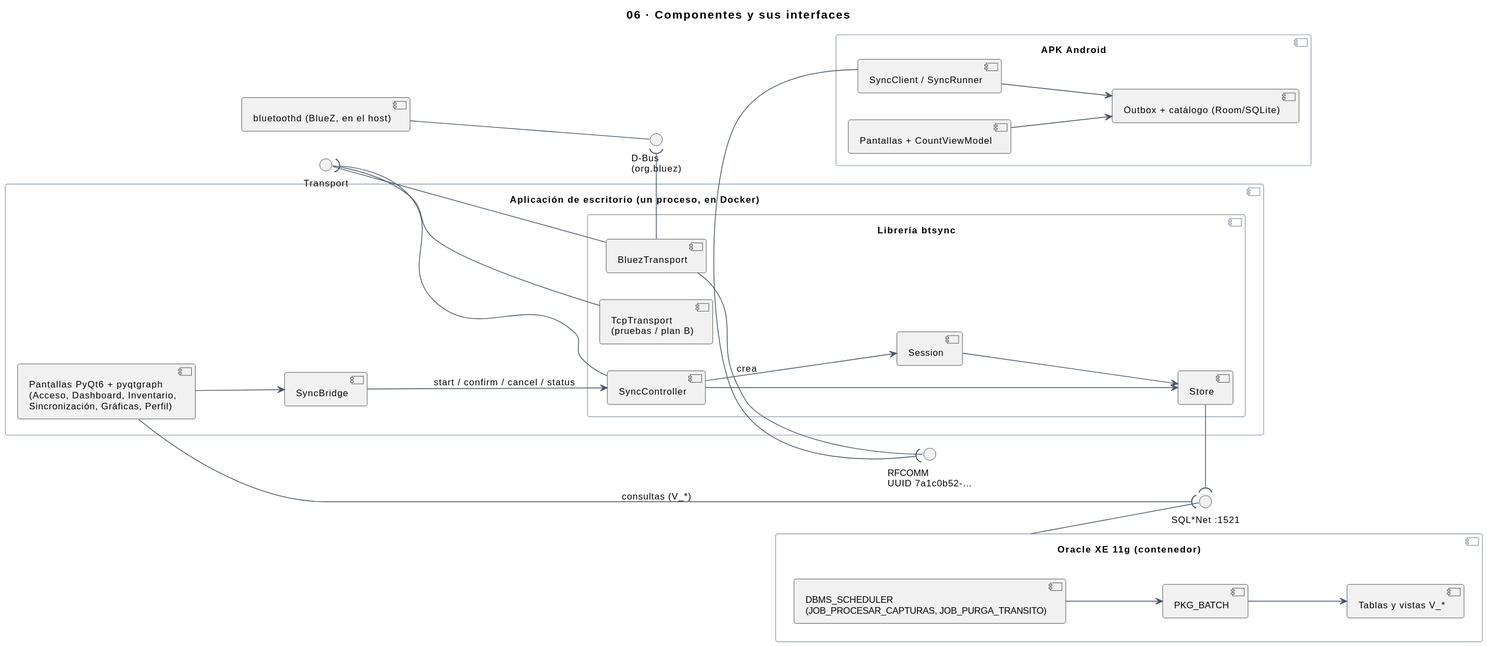
Earlier version of the PlantUML export docs/img/uml/06-componentes.svg (sebas-archive/kardex-bt).
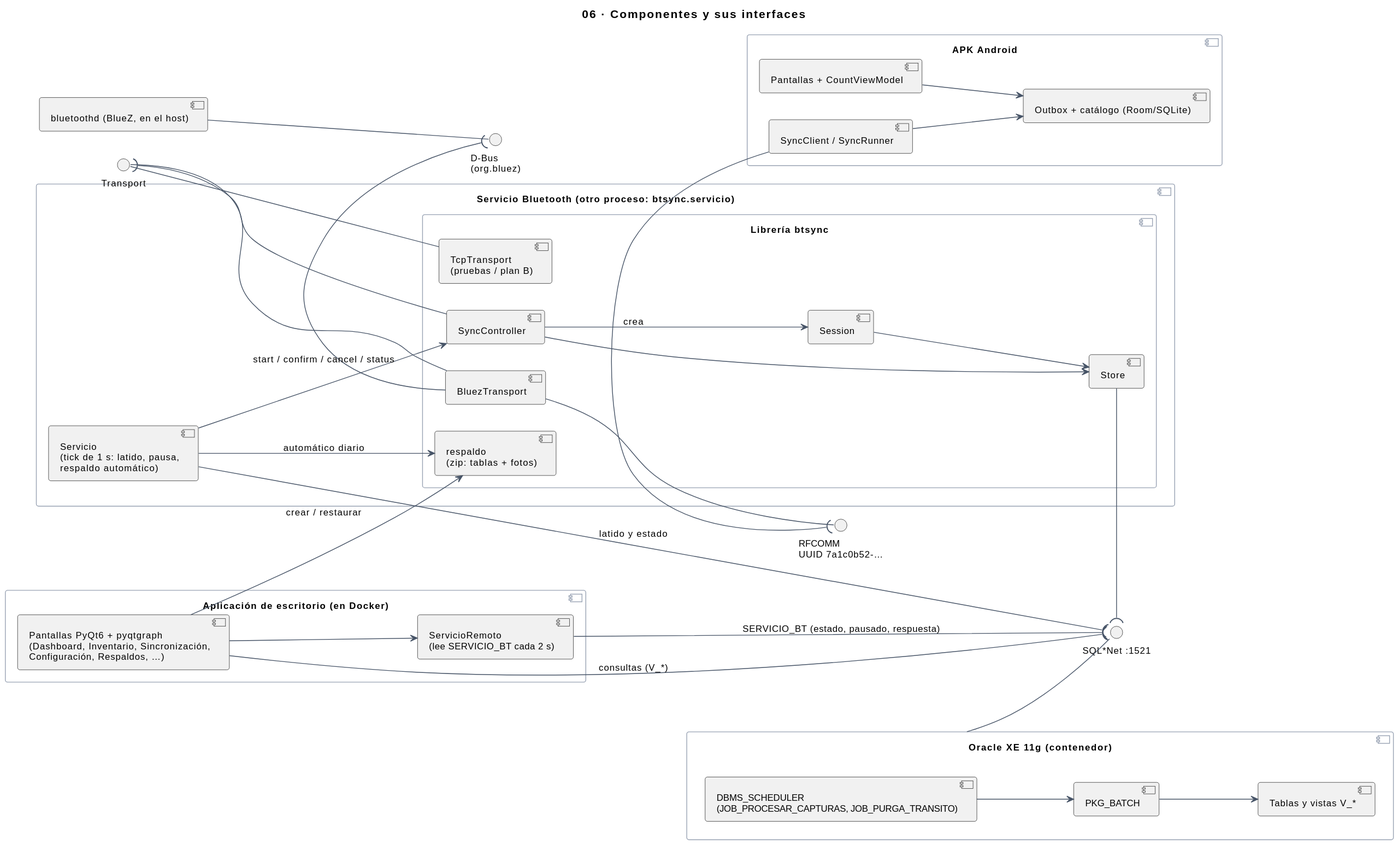
After the change.

The edit, as a diff of the source:
```diff
@@ -9,15 +9,20 @@
   component "Outbox + catálogo (Room/SQLite)" as room
 }
 
-component "Aplicación de escritorio (un proceso, en Docker)" as desk {
-  component "Pantallas PyQt6 + pyqtgraph\n(Acceso, Dashboard, Inventario,\nSincronización, Gráficas, Perfil)" as vistas
-  component "SyncBridge" as bridge
+component "Aplicación de escritorio (en Docker)" as desk {
+  component "Pantallas PyQt6 + pyqtgraph\n(Dashboard, Inventario, Sincronización,\nConfiguración, Respaldos, …)" as vistas
+  component "ServicioRemoto\n(lee SERVICIO_BT cada 2 s)" as remoto
+}
+
+component "Servicio Bluetooth (otro proceso: btsync.servicio)" as svc {
+  component "Servicio\n(tick de 1 s: latido, pausa,\nrespaldo automático)" as tick
   component "Librería btsync" as btsync {
     component "SyncController" as ctrl
     component "Session" as ses
     component "BluezTransport" as bz
     component "TcpTransport\n(pruebas / plan B)" as tcp
     component "Store" as store
+    component "respaldo\n(zip: tablas + fotos)" as resp
   }
 }
 
@@ -44,8 +49,12 @@
 ctrl --> ses : crea
 ses --> store
 ctrl --> store
-vistas --> bridge
-bridge --> ctrl : start / confirm / cancel / status
+vistas --> remoto
+remoto -( sqlnet : SERVICIO_BT (estado, pausado, respuesta)
+tick --> ctrl : start / confirm / cancel / status
+tick -( sqlnet : latido y estado
+tick --> resp : automático diario
+vistas --> resp : crear / restaurar
 store -( sqlnet
 vistas -( sqlnet : consultas (V_*)
 ora -- sqlnet
```
